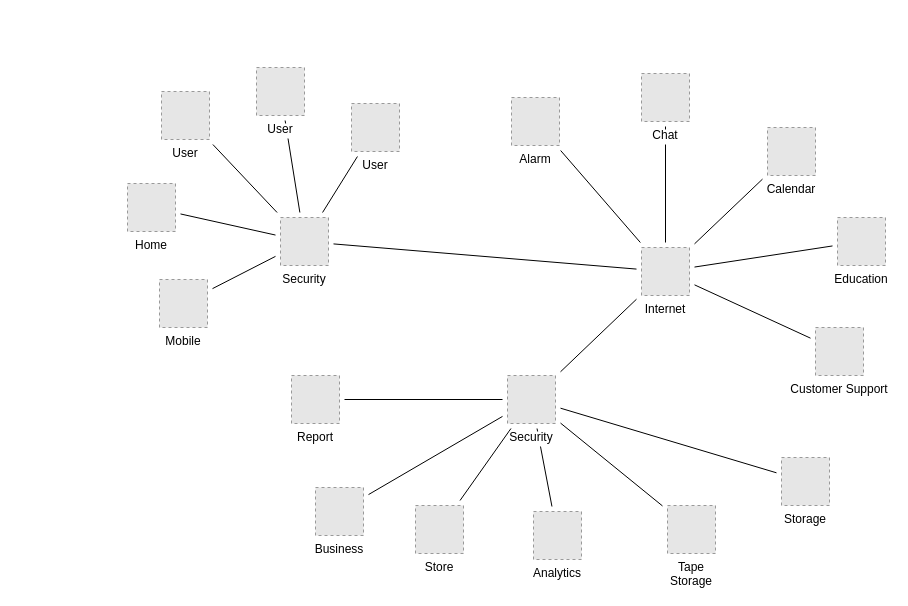
rainrambler/Yunyu keeps this draw.io diagram as NIST.drawio. Above is the earlier version. Source tidied: cells renumbered, new cells numbered last; positions are measured from the earlier drawing's top-left corner, leaving out a move shared by most shapes. Both pictures are drawn from the tidied source at 100%, with x=0, y=0 at pixel (127, 67). Pictures stored in the file or linked from it are replaced by grey dashed boxes.
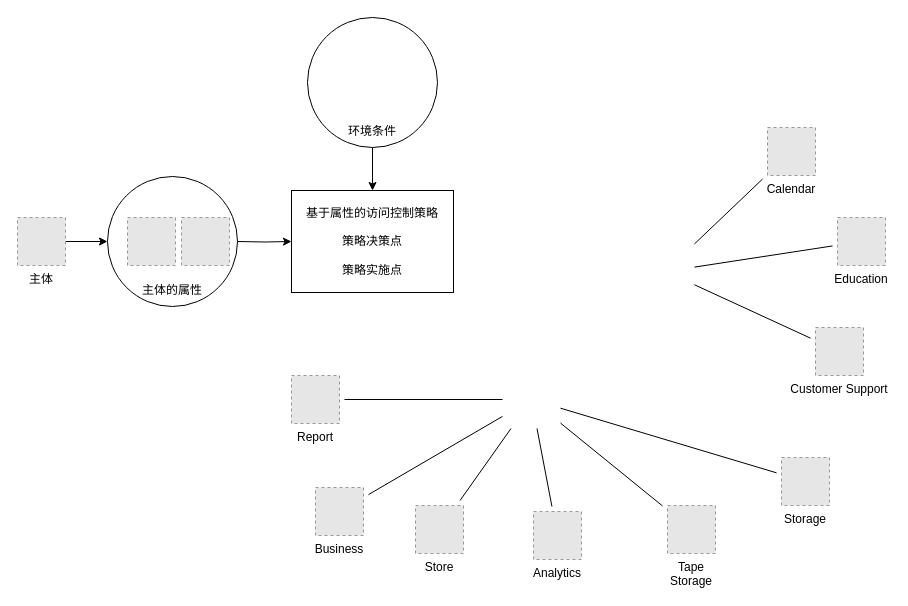
The same diagram, later.

The change refers to these unchanged cells:
```xml
<mxCell id="20" value="Tape&#10;Storage" style="fillColor=#E6E6E6;strokeColor=#999999;dashed=1;verticalLabelPosition=bottom;verticalAlign=top;labelBackgroundColor=#ffffff;" parent="1" vertex="1">
  <mxGeometry x="540" y="438" width="48" height="48" as="geometry" />
</mxCell>
<mxCell id="23" value="Customer Support" style="fillColor=#E6E6E6;strokeColor=#999999;dashed=1;verticalLabelPosition=bottom;verticalAlign=top;labelBackgroundColor=#ffffff;" parent="1" vertex="1">
  <mxGeometry x="688" y="260" width="48" height="48" as="geometry" />
</mxCell>
<mxCell id="25" value="Education" style="fillColor=#E6E6E6;strokeColor=#999999;dashed=1;verticalLabelPosition=bottom;verticalAlign=top;labelBackgroundColor=#ffffff;" parent="1" vertex="1">
  <mxGeometry x="710" y="150" width="48" height="48" as="geometry" />
</mxCell>
<mxCell id="27" value="Business" style="fillColor=#E6E6E6;strokeColor=#999999;dashed=1;verticalLabelPosition=bottom;verticalAlign=top;labelBackgroundColor=#ffffff;" parent="1" vertex="1">
  <mxGeometry x="188" y="420" width="48" height="48" as="geometry" />
</mxCell>
<mxCell id="28" value="Report" style="fillColor=#E6E6E6;strokeColor=#999999;dashed=1;verticalLabelPosition=bottom;verticalAlign=top;labelBackgroundColor=#ffffff;" parent="1" vertex="1">
  <mxGeometry x="164" y="308" width="48" height="48" as="geometry" />
</mxCell>
<mxCell id="29" value="Storage" style="fillColor=#E6E6E6;strokeColor=#999999;dashed=1;verticalLabelPosition=bottom;verticalAlign=top;labelBackgroundColor=#ffffff;" parent="1" vertex="1">
  <mxGeometry x="654" y="390" width="48" height="48" as="geometry" />
</mxCell>
<mxCell id="32" value="Calendar" style="fillColor=#E6E6E6;strokeColor=#999999;dashed=1;verticalLabelPosition=bottom;verticalAlign=top;labelBackgroundColor=#ffffff;" parent="1" vertex="1">
  <mxGeometry x="640" y="60" width="48" height="48" as="geometry" />
</mxCell>
<mxCell id="33" value="Analytics" style="fillColor=#E6E6E6;strokeColor=#999999;dashed=1;verticalLabelPosition=bottom;verticalAlign=top;labelBackgroundColor=#ffffff;" parent="1" vertex="1">
  <mxGeometry x="406" y="444" width="48" height="48" as="geometry" />
</mxCell>
<mxCell id="34" value="Store" style="fillColor=#E6E6E6;strokeColor=#999999;dashed=1;verticalLabelPosition=bottom;verticalAlign=top;labelBackgroundColor=#ffffff;" parent="1" vertex="1">
  <mxGeometry x="288" y="438" width="48" height="48" as="geometry" />
</mxCell>
```

Diff of the diagram source:
```diff
@@
-    <mxCell id="2" style="edgeStyle=none;rounded=0;jettySize=auto;html=1;sourcePerimeterSpacing=5;endArrow=none;endFill=0;targetPerimeterSpacing=5;" parent="1" edge="1" source="21" target="31">
-      <mxGeometry relative="1" as="geometry" />
-    </mxCell>
-    <mxCell id="3" style="edgeStyle=none;rounded=0;jettySize=auto;html=1;sourcePerimeterSpacing=5;endArrow=none;endFill=0;targetPerimeterSpacing=5;" parent="1" edge="1" source="24" target="31">
-      <mxGeometry relative="1" as="geometry" />
-    </mxCell>
-    <mxCell id="4" style="edgeStyle=none;rounded=0;jettySize=auto;html=1;sourcePerimeterSpacing=5;endArrow=none;endFill=0;targetPerimeterSpacing=5;" parent="1" edge="1" source="30" target="26">
-      <mxGeometry relative="1" as="geometry" />
-    </mxCell>
-    <mxCell id="5" style="edgeStyle=none;rounded=0;jettySize=auto;html=1;sourcePerimeterSpacing=5;endArrow=none;endFill=0;targetPerimeterSpacing=5;" parent="1" edge="1" source="30" target="22">
-      <mxGeometry relative="1" as="geometry" />
-    </mxCell>
-    <mxCell id="6" style="edgeStyle=none;rounded=0;jettySize=auto;html=1;sourcePerimeterSpacing=5;endArrow=none;endFill=0;targetPerimeterSpacing=5;" parent="1" edge="1" source="30" target="32">
-      <mxGeometry relative="1" as="geometry" />
+    <mxCell id="6" style="edgeStyle=none;rounded=0;jettySize=auto;html=1;sourcePerimeterSpacing=5;endArrow=none;endFill=0;targetPerimeterSpacing=5;" parent="1" edge="1" target="32">
+      <mxGeometry relative="1" as="geometry">
+        <mxPoint x="567" y="176.4" as="sourcePoint" />
+      </mxGeometry>
     </mxCell>
-    <mxCell id="7" style="edgeStyle=none;rounded=0;jettySize=auto;html=1;sourcePerimeterSpacing=5;endArrow=none;endFill=0;targetPerimeterSpacing=5;" parent="1" edge="1" source="30" target="25">
-      <mxGeometry relative="1" as="geometry" />
+    <mxCell id="7" style="edgeStyle=none;rounded=0;jettySize=auto;html=1;sourcePerimeterSpacing=5;endArrow=none;endFill=0;targetPerimeterSpacing=5;" parent="1" edge="1" target="25">
+      <mxGeometry relative="1" as="geometry">
+        <mxPoint x="567" y="199.6" as="sourcePoint" />
+      </mxGeometry>
     </mxCell>
-    <mxCell id="8" style="edgeStyle=none;rounded=0;jettySize=auto;html=1;sourcePerimeterSpacing=5;endArrow=none;endFill=0;targetPerimeterSpacing=5;" parent="1" edge="1" source="30" target="23">
-      <mxGeometry relative="1" as="geometry" />
+    <mxCell id="8" style="edgeStyle=none;rounded=0;jettySize=auto;html=1;sourcePerimeterSpacing=5;endArrow=none;endFill=0;targetPerimeterSpacing=5;" parent="1" edge="1" target="23">
+      <mxGeometry relative="1" as="geometry">
+        <mxPoint x="567" y="217.3" as="sourcePoint" />
+      </mxGeometry>
     </mxCell>
-    <mxCell id="9" style="edgeStyle=none;rounded=0;jettySize=auto;html=1;sourcePerimeterSpacing=5;endArrow=none;endFill=0;targetPerimeterSpacing=5;" parent="1" edge="1" source="30" target="38">
-      <mxGeometry relative="1" as="geometry" />
-    </mxCell>
-    <mxCell id="10" style="edgeStyle=none;rounded=0;jettySize=auto;html=1;sourcePerimeterSpacing=5;endArrow=none;endFill=0;targetPerimeterSpacing=5;" parent="1" edge="1" source="31" target="30">
-      <mxGeometry relative="1" as="geometry" />
-    </mxCell>
-    <mxCell id="11" style="edgeStyle=none;rounded=0;jettySize=auto;html=1;sourcePerimeterSpacing=5;endArrow=none;endFill=0;targetPerimeterSpacing=5;" parent="1" edge="1" source="35" target="31">
-      <mxGeometry relative="1" as="geometry" />
-    </mxCell>
-    <mxCell id="12" style="rounded=0;jettySize=auto;html=1;endArrow=none;endFill=0;sourcePerimeterSpacing=5;targetPerimeterSpacing=5;" parent="1" edge="1" source="36" target="31">
-      <mxGeometry relative="1" as="geometry" />
-    </mxCell>
-    <mxCell id="13" style="edgeStyle=none;rounded=0;jettySize=auto;html=1;sourcePerimeterSpacing=5;endArrow=none;endFill=0;targetPerimeterSpacing=5;" parent="1" edge="1" source="37" target="31">
-      <mxGeometry relative="1" as="geometry" />
-    </mxCell>
-    <mxCell id="14" style="edgeStyle=none;rounded=0;jettySize=auto;html=1;sourcePerimeterSpacing=5;endArrow=none;endFill=0;targetPerimeterSpacing=5;" parent="1" edge="1" source="38" target="28">
-      <mxGeometry relative="1" as="geometry" />
+    <mxCell id="14" style="edgeStyle=none;rounded=0;jettySize=auto;html=1;sourcePerimeterSpacing=5;endArrow=none;endFill=0;targetPerimeterSpacing=5;" parent="1" edge="1" target="28">
+      <mxGeometry relative="1" as="geometry">
+        <mxPoint x="375" y="332" as="sourcePoint" />
+      </mxGeometry>
     </mxCell>
-    <mxCell id="15" style="edgeStyle=none;rounded=0;jettySize=auto;html=1;sourcePerimeterSpacing=5;endArrow=none;endFill=0;targetPerimeterSpacing=5;" parent="1" edge="1" source="38" target="27">
-      <mxGeometry relative="1" as="geometry" />
+    <mxCell id="15" style="edgeStyle=none;rounded=0;jettySize=auto;html=1;sourcePerimeterSpacing=5;endArrow=none;endFill=0;targetPerimeterSpacing=5;" parent="1" edge="1" target="27">
+      <mxGeometry relative="1" as="geometry">
+        <mxPoint x="375" y="348.9" as="sourcePoint" />
+      </mxGeometry>
     </mxCell>
-    <mxCell id="16" style="edgeStyle=none;rounded=0;jettySize=auto;html=1;sourcePerimeterSpacing=5;endArrow=none;endFill=0;targetPerimeterSpacing=5;" parent="1" edge="1" source="38" target="34">
-      <mxGeometry relative="1" as="geometry" />
+    <mxCell id="16" style="edgeStyle=none;rounded=0;jettySize=auto;html=1;sourcePerimeterSpacing=5;endArrow=none;endFill=0;targetPerimeterSpacing=5;" parent="1" edge="1" target="34">
+      <mxGeometry relative="1" as="geometry">
+        <mxPoint x="383.5" y="361" as="sourcePoint" />
+      </mxGeometry>
     </mxCell>
-    <mxCell id="17" style="edgeStyle=none;rounded=0;jettySize=auto;html=1;sourcePerimeterSpacing=5;endArrow=none;endFill=0;targetPerimeterSpacing=5;" parent="1" edge="1" source="38" target="33">
-      <mxGeometry relative="1" as="geometry" />
+    <mxCell id="17" style="edgeStyle=none;rounded=0;jettySize=auto;html=1;sourcePerimeterSpacing=5;endArrow=none;endFill=0;targetPerimeterSpacing=5;" parent="1" edge="1" target="33">
+      <mxGeometry relative="1" as="geometry">
+        <mxPoint x="409.5" y="361" as="sourcePoint" />
+      </mxGeometry>
     </mxCell>
-    <mxCell id="18" style="edgeStyle=none;rounded=0;jettySize=auto;html=1;sourcePerimeterSpacing=5;endArrow=none;endFill=0;targetPerimeterSpacing=5;" parent="1" edge="1" source="38" target="20">
-      <mxGeometry relative="1" as="geometry" />
+    <mxCell id="18" style="edgeStyle=none;rounded=0;jettySize=auto;html=1;sourcePerimeterSpacing=5;endArrow=none;endFill=0;targetPerimeterSpacing=5;" parent="1" edge="1" target="20">
+      <mxGeometry relative="1" as="geometry">
+        <mxPoint x="433" y="355.6" as="sourcePoint" />
+      </mxGeometry>
     </mxCell>
-    <mxCell id="19" style="edgeStyle=none;rounded=0;jettySize=auto;html=1;sourcePerimeterSpacing=5;endArrow=none;endFill=0;targetPerimeterSpacing=5;" parent="1" edge="1" source="38" target="29">
-      <mxGeometry relative="1" as="geometry" />
+    <mxCell id="19" style="edgeStyle=none;rounded=0;jettySize=auto;html=1;sourcePerimeterSpacing=5;endArrow=none;endFill=0;targetPerimeterSpacing=5;" parent="1" edge="1" target="29">
+      <mxGeometry relative="1" as="geometry">
+        <mxPoint x="433" y="340.7" as="sourcePoint" />
+      </mxGeometry>
     </mxCell>
@@
-    <mxCell id="21" value="Mobile" style="fillColor=#E6E6E6;strokeColor=#999999;dashed=1;verticalLabelPosition=bottom;verticalAlign=top;labelBackgroundColor=#ffffff;" parent="1" vertex="1">
-      <mxGeometry x="32" y="212" width="48" height="48" as="geometry" />
-    </mxCell>
-    <mxCell id="22" value="Chat" style="fillColor=#E6E6E6;strokeColor=#999999;dashed=1;verticalLabelPosition=bottom;verticalAlign=top;labelBackgroundColor=#ffffff;" parent="1" vertex="1">
-      <mxGeometry x="514" y="6" width="48" height="48" as="geometry" />
-    </mxCell>
@@
-    <mxCell id="24" value="Home" style="fillColor=#E6E6E6;strokeColor=#999999;dashed=1;verticalLabelPosition=bottom;verticalAlign=top;labelBackgroundColor=#ffffff;" parent="1" vertex="1">
-      <mxGeometry y="116" width="48" height="48" as="geometry" />
-    </mxCell>
@@
-    <mxCell id="26" value="Alarm" style="fillColor=#E6E6E6;strokeColor=#999999;dashed=1;verticalLabelPosition=bottom;verticalAlign=top;labelBackgroundColor=#ffffff;" parent="1" vertex="1">
-      <mxGeometry x="384" y="30" width="48" height="48" as="geometry" />
-    </mxCell>
@@
-    <mxCell id="30" value="Internet" style="fillColor=#E6E6E6;strokeColor=#999999;dashed=1;verticalLabelPosition=bottom;verticalAlign=top;labelBackgroundColor=#ffffff;" parent="1" vertex="1">
-      <mxGeometry x="514" y="180" width="48" height="48" as="geometry" />
-    </mxCell>
-    <mxCell id="31" value="Security" style="fillColor=#E6E6E6;strokeColor=#999999;dashed=1;verticalLabelPosition=bottom;verticalAlign=top;labelBackgroundColor=#ffffff;" parent="1" vertex="1">
-      <mxGeometry x="153" y="150" width="48" height="48" as="geometry" />
-    </mxCell>
@@
+    <mxCell id="39" style="edgeStyle=orthogonalEdgeStyle;rounded=0;jettySize=auto;html=1;" parent="1" edge="1" source="35" target="40">
+      <mxGeometry relative="1" as="geometry" />
+    </mxCell>
-    <mxCell id="35" value="User" style="fillColor=#E6E6E6;strokeColor=#999999;dashed=1;verticalLabelPosition=bottom;verticalAlign=top;labelBackgroundColor=#ffffff;" parent="1" vertex="1">
-      <mxGeometry x="34" y="24" width="48" height="48" as="geometry" />
+    <mxCell id="35" value="主体" style="fillColor=#E6E6E6;strokeColor=#999999;dashed=1;verticalLabelPosition=bottom;verticalAlign=top;labelBackgroundColor=#ffffff;" parent="1" vertex="1">
+      <mxGeometry x="-110" y="150" width="48" height="48" as="geometry" />
     </mxCell>
-    <mxCell id="36" value="User" style="fillColor=#E6E6E6;strokeColor=#999999;dashed=1;verticalLabelPosition=bottom;verticalAlign=top;labelBackgroundColor=#ffffff;" parent="1" vertex="1">
-      <mxGeometry x="224" y="36" width="48" height="48" as="geometry" />
-    </mxCell>
-    <mxCell id="37" value="User" style="fillColor=#E6E6E6;strokeColor=#999999;dashed=1;verticalLabelPosition=bottom;verticalAlign=top;labelBackgroundColor=#ffffff;" parent="1" vertex="1">
-      <mxGeometry x="129" width="48" height="48" as="geometry" />
-    </mxCell>
-    <mxCell id="38" value="Security" style="fillColor=#E6E6E6;strokeColor=#999999;dashed=1;verticalLabelPosition=bottom;verticalAlign=top;labelBackgroundColor=#ffffff;" parent="1" vertex="1">
-      <mxGeometry x="380" y="308" width="48" height="48" as="geometry" />
-    </mxCell>
+    <mxCell id="40" value="主体的属性" style="ellipse;whiteSpace=wrap;html=1;verticalAlign=bottom;spacingBottom=7;" parent="1" vertex="1">
+      <mxGeometry x="-20" y="109" width="130" height="130" as="geometry" />
+    </mxCell>
+    <mxCell id="41" style="fillColor=#E6E6E6;strokeColor=#999999;dashed=1;verticalLabelPosition=bottom;verticalAlign=top;labelBackgroundColor=#ffffff;" parent="1" vertex="1">
+      <mxGeometry y="150" width="48" height="48" as="geometry" />
+    </mxCell>
+    <mxCell id="42" style="edgeStyle=orthogonalEdgeStyle;rounded=0;jettySize=auto;html=1;" parent="1" edge="1" target="44">
+      <mxGeometry relative="1" as="geometry">
+        <mxPoint x="110" y="174" as="sourcePoint" />
+      </mxGeometry>
+    </mxCell>
+    <mxCell id="43" style="fillColor=#E6E6E6;strokeColor=#999999;dashed=1;verticalLabelPosition=bottom;verticalAlign=top;" parent="1" vertex="1">
+      <mxGeometry x="54" y="150" width="48" height="48" as="geometry" />
+    </mxCell>
+    <mxCell id="44" value="基于属性的访问控制策略&lt;br&gt;&lt;br&gt;策略决策点&lt;br&gt;&lt;br&gt;策略实施点" style="rounded=0;whiteSpace=wrap;html=1;" parent="1" vertex="1">
+      <mxGeometry x="164" y="123" width="162" height="102" as="geometry" />
+    </mxCell>
+    <mxCell id="45" style="edgeStyle=orthogonalEdgeStyle;rounded=0;jettySize=auto;html=1;" parent="1" edge="1" source="46" target="44">
+      <mxGeometry relative="1" as="geometry" />
+    </mxCell>
+    <mxCell id="46" value="环境条件" style="ellipse;whiteSpace=wrap;html=1;verticalAlign=bottom;spacingBottom=7;" parent="1" vertex="1">
+      <mxGeometry x="180" y="-50" width="130" height="130" as="geometry" />
+    </mxCell>
```
